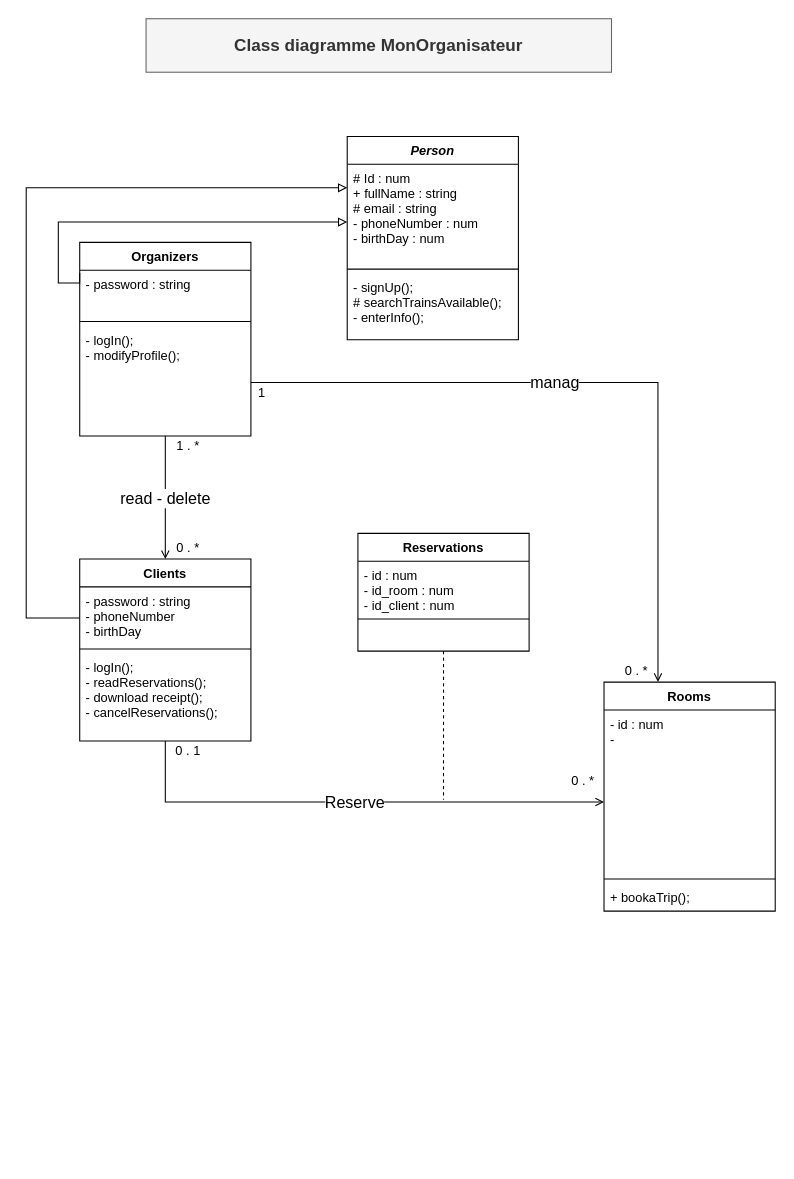
This is UML/diagram-class.drawio from daalimouhcine/Mon_Organisateur, a draw.io file, before an edit. Source tidied: cells renumbered, new cells numbered last; positions are measured from the earlier drawing's top-left corner, leaving out a move shared by most shapes. Both pictures are drawn from the tidied source at 107%, with x=0, y=0 at pixel (26, 18).
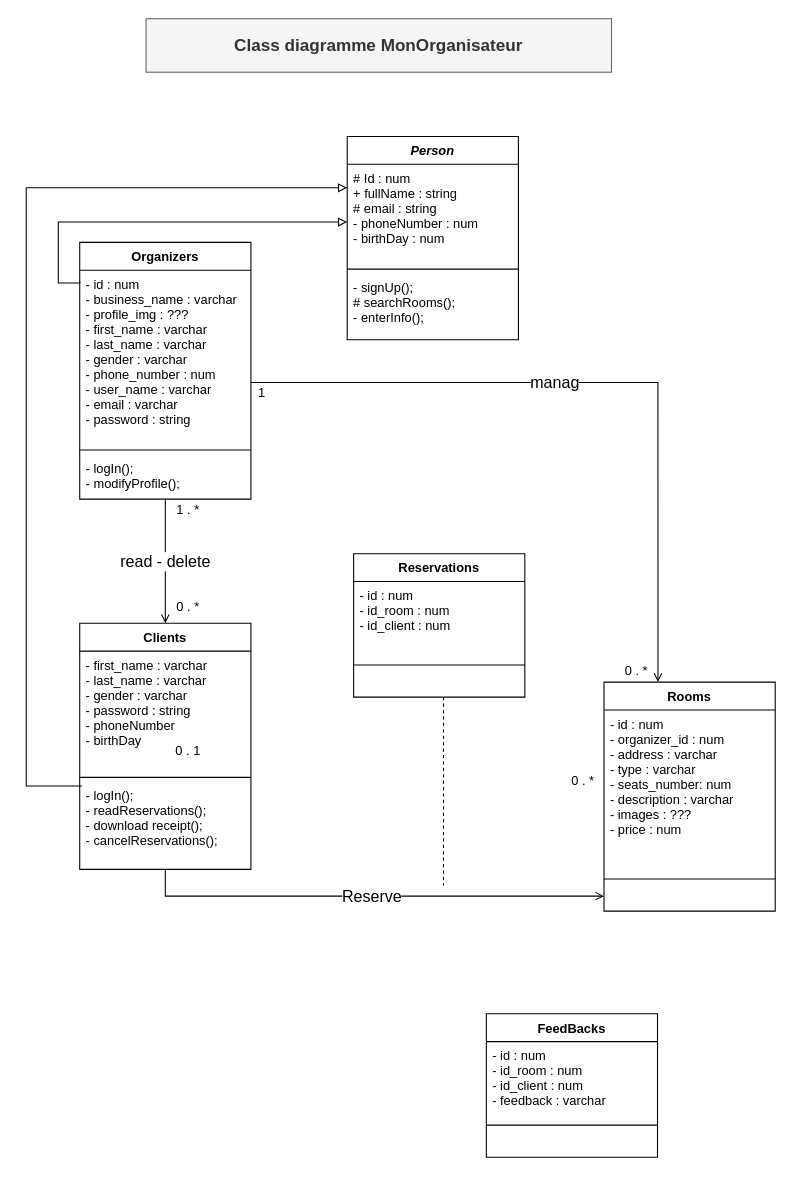
Above is the later version.

Commit message:
working on the classes

The change refers to these unchanged cells:
```xml
<mxCell id="2" value="Person" style="swimlane;fontStyle=3;align=center;verticalAlign=top;horizontal=1;startSize=26;rounded=0;shadow=0;strokeWidth=1;" parent="1" vertex="1">
  <mxGeometry x="300" y="110" width="160" height="190" as="geometry" />
</mxCell>
<mxCell id="10" value="Rooms" style="swimlane;fontStyle=1;align=center;verticalAlign=top;horizontal=1;startSize=26;rounded=0;shadow=0;strokeWidth=1;" parent="1" vertex="1">
  <mxGeometry x="540" y="620" width="160" height="214" as="geometry" />
</mxCell>
```

Change to the diagram source:
```diff
@@
-    <mxCell id="5" value="- signUp();&#10;# searchTrainsAvailable();&#10;- enterInfo();" style="text;align=left;verticalAlign=top;spacingLeft=4;spacingRight=4;overflow=hidden;" parent="2" vertex="1">
+    <mxCell id="5" value="- signUp();&#10;# searchRooms();&#10;- enterInfo();" style="text;align=left;verticalAlign=top;spacingLeft=4;spacingRight=4;overflow=hidden;" parent="2" vertex="1">
       <mxGeometry y="128" width="160" height="62" as="geometry" />
     </mxCell>
     <mxCell id="6" value="Clients" style="swimlane;fontStyle=1;align=center;verticalAlign=top;horizontal=1;startSize=26;rounded=0;shadow=0;strokeWidth=1;" parent="1" vertex="1">
-      <mxGeometry x="50" y="505" width="160" height="170" as="geometry" />
+      <mxGeometry x="50" y="565" width="160" height="230" as="geometry" />
     </mxCell>
-    <mxCell id="7" value="- password : string&#10;- phoneNumber&#10;- birthDay" style="text;align=left;verticalAlign=top;spacingLeft=4;spacingRight=4;overflow=hidden;points=[[0,0.5],[1,0.5]];portConstraint=eastwest;rounded=0;shadow=0;html=0;" parent="6" vertex="1">
-      <mxGeometry y="26" width="160" height="54" as="geometry" />
+    <mxCell id="7" value="- first_name : varchar&#10;- last_name : varchar&#10;- gender : varchar&#10;- password : string&#10;- phoneNumber&#10;- birthDay" style="text;align=left;verticalAlign=top;spacingLeft=4;spacingRight=4;overflow=hidden;points=[[0,0.5],[1,0.5]];portConstraint=eastwest;rounded=0;shadow=0;html=0;" parent="6" vertex="1">
+      <mxGeometry y="26" width="160" height="114" as="geometry" />
     </mxCell>
     <mxCell id="8" style="line;html=1;strokeWidth=1;align=left;verticalAlign=middle;spacingTop=-1;spacingLeft=3;spacingRight=3;labelPosition=right;" parent="6" vertex="1">
-      <mxGeometry y="80" width="160" height="8" as="geometry" />
+      <mxGeometry y="140" width="160" height="8" as="geometry" />
     </mxCell>
     <mxCell id="9" value="- logIn();&#10;- readReservations();&#10;- download receipt();&#10;- cancelReservations();&#10;" style="text;align=left;verticalAlign=top;spacingLeft=4;spacingRight=4;overflow=hidden;points=[[0,0.5],[1,0.5]];portConstraint=eastwest;" parent="6" vertex="1">
-      <mxGeometry y="88" width="160" height="82" as="geometry" />
+      <mxGeometry y="148" width="160" height="82" as="geometry" />
     </mxCell>
@@
-    <mxCell id="11" value="- id : num&#10;- " style="text;align=left;verticalAlign=top;spacingLeft=4;spacingRight=4;overflow=hidden;rounded=0;shadow=0;html=0;" parent="10" vertex="1">
+    <mxCell id="11" value="- id : num&#10;- organizer_id : num&#10;- address : varchar&#10;- type : varchar&#10;- seats_number: num&#10;- description : varchar&#10;- images : ???&#10;- price : num" style="text;align=left;verticalAlign=top;spacingLeft=4;spacingRight=4;overflow=hidden;rounded=0;shadow=0;html=0;" parent="10" vertex="1">
       <mxGeometry y="26" width="160" height="154" as="geometry" />
     </mxCell>
@@
-    <mxCell id="13" value="+ bookaTrip();" style="text;align=left;verticalAlign=top;spacingLeft=4;spacingRight=4;overflow=hidden;" parent="10" vertex="1">
-      <mxGeometry y="188" width="160" height="26" as="geometry" />
-    </mxCell>
@@
     <mxCell id="15" value="Organizers" style="swimlane;fontStyle=1;align=center;verticalAlign=top;horizontal=1;startSize=26;rounded=0;shadow=0;strokeWidth=1;" parent="1" vertex="1">
-      <mxGeometry x="50" y="209" width="160" height="181" as="geometry" />
+      <mxGeometry x="50" y="209" width="160" height="240" as="geometry" />
     </mxCell>
-    <mxCell id="16" value="- password : string" style="text;align=left;verticalAlign=top;spacingLeft=4;spacingRight=4;overflow=hidden;points=[[0,0.5],[1,0.5]];portConstraint=eastwest;" parent="15" vertex="1">
-      <mxGeometry y="26" width="160" height="44" as="geometry" />
+    <mxCell id="16" value="- id : num&#10;- business_name : varchar&#10;- profile_img : ???&#10;- first_name : varchar&#10;- last_name : varchar&#10;- gender : varchar&#10;- phone_number : num&#10;- user_name : varchar&#10;- email : varchar&#10;- password : string&#10;" style="text;align=left;verticalAlign=top;spacingLeft=4;spacingRight=4;overflow=hidden;points=[[0,0.5],[1,0.5]];portConstraint=eastwest;" parent="15" vertex="1">
+      <mxGeometry y="26" width="160" height="164" as="geometry" />
     </mxCell>
     <mxCell id="17" style="line;html=1;strokeWidth=1;align=left;verticalAlign=middle;spacingTop=-1;spacingLeft=3;spacingRight=3;labelPosition=right;" parent="15" vertex="1">
-      <mxGeometry y="70" width="160" height="8" as="geometry" />
+      <mxGeometry y="190" width="160" height="8" as="geometry" />
     </mxCell>
     <mxCell id="18" value="- logIn();&#10;- modifyProfile();" style="text;align=left;verticalAlign=top;spacingLeft=4;spacingRight=4;overflow=hidden;fontStyle=0;" parent="15" vertex="1">
-      <mxGeometry y="78" width="160" height="92" as="geometry" />
+      <mxGeometry y="198" width="160" height="42" as="geometry" />
     </mxCell>
@@
-    <mxCell id="20" style="edgeStyle=orthogonalEdgeStyle;rounded=0;jettySize=auto;html=1;endArrow=block;endFill=0;" parent="1" edge="1" source="7">
+    <mxCell id="20" style="edgeStyle=orthogonalEdgeStyle;rounded=0;jettySize=auto;html=1;endArrow=block;endFill=0;exitX=0.013;exitY=0.049;exitDx=0;exitDy=0;exitPerimeter=0;" parent="1" edge="1" source="9">
       <mxGeometry relative="1" as="geometry">
         <mxPoint x="300" y="158" as="targetPoint" />
         <Array as="points">
-          <mxPoint y="560" />
+          <mxPoint y="717" />
           <mxPoint y="158" />
         </Array>
       </mxGeometry>
     </mxCell>
@@
     <mxCell id="23" value="0&amp;nbsp;. *" style="text;html=1;align=center;verticalAlign=middle;strokeColor=none;fillColor=none;" parent="1" vertex="1">
-      <mxGeometry x="131" y="485" width="40" height="20" as="geometry" />
+      <mxGeometry x="131" y="540" width="40" height="20" as="geometry" />
     </mxCell>
     <mxCell id="24" value="1 . *" style="text;html=1;align=center;verticalAlign=middle;strokeColor=none;fillColor=none;" parent="1" vertex="1">
-      <mxGeometry x="131" y="390" width="40" height="20" as="geometry" />
+      <mxGeometry x="131" y="449" width="40" height="20" as="geometry" />
     </mxCell>
     <mxCell id="25" style="edgeStyle=orthogonalEdgeStyle;rounded=0;jettySize=auto;html=1;endArrow=none;endFill=0;dashed=1;" parent="1" edge="1" source="26">
       <mxGeometry relative="1" as="geometry">
-        <mxPoint x="390" y="730" as="targetPoint" />
+        <mxPoint x="390" y="810" as="targetPoint" />
         <Array as="points">
           <mxPoint x="390" y="730" />
         </Array>
       </mxGeometry>
     </mxCell>
     <mxCell id="26" value="Reservations" style="swimlane;fontStyle=1;align=center;verticalAlign=top;horizontal=1;startSize=26;" parent="1" vertex="1">
-      <mxGeometry x="310" y="481" width="160" height="110" as="geometry" />
+      <mxGeometry x="306" y="500" width="160" height="134" as="geometry" />
     </mxCell>
     <mxCell id="27" value="- id : num&#10;- id_room : num&#10;- id_client : num&#10;" style="text;strokeColor=none;fillColor=none;align=left;verticalAlign=top;spacingLeft=4;spacingRight=4;overflow=hidden;" parent="26" vertex="1">
-      <mxGeometry y="26" width="160" height="50" as="geometry" />
+      <mxGeometry y="26" width="160" height="74" as="geometry" />
     </mxCell>
     <mxCell id="28" style="line;strokeWidth=1;fillColor=none;align=left;verticalAlign=middle;spacingTop=-1;spacingLeft=3;spacingRight=3;labelPosition=right;" parent="26" vertex="1">
-      <mxGeometry y="76" width="160" height="8" as="geometry" />
+      <mxGeometry y="100" width="160" height="8" as="geometry" />
     </mxCell>
     <mxCell id="29" value="  " style="text;strokeColor=none;fillColor=none;align=left;verticalAlign=top;spacingLeft=4;spacingRight=4;overflow=hidden;" parent="26" vertex="1">
-      <mxGeometry y="84" width="160" height="26" as="geometry" />
+      <mxGeometry y="108" width="160" height="26" as="geometry" />
     </mxCell>
     <mxCell id="30" value="&lt;font style=&quot;font-size: 15px&quot;&gt;Reserve&lt;/font&gt;" style="edgeStyle=orthogonalEdgeStyle;rounded=0;jettySize=auto;html=1;endArrow=open;endFill=0;exitX=0.5;exitY=1;exitDx=0;exitDy=0;" parent="1" edge="1" source="6">
       <mxGeometry relative="1" as="geometry">
-        <mxPoint x="540" y="732" as="targetPoint" />
+        <mxPoint x="540" y="820" as="targetPoint" />
         <Array as="points">
-          <mxPoint x="130" y="732" />
+          <mxPoint x="130" y="820" />
+          <mxPoint x="540" y="820" />
         </Array>
       </mxGeometry>
     </mxCell>
@@
+    <mxCell id="35" value="FeedBacks" style="swimlane;fontStyle=1;align=center;verticalAlign=top;horizontal=1;startSize=26;" parent="1" vertex="1">
+      <mxGeometry x="430" y="930" width="160" height="134" as="geometry" />
+    </mxCell>
+    <mxCell id="36" value="- id : num&#10;- id_room : num&#10;- id_client : num&#10;- feedback : varchar" style="text;strokeColor=none;fillColor=none;align=left;verticalAlign=top;spacingLeft=4;spacingRight=4;overflow=hidden;" parent="35" vertex="1">
+      <mxGeometry y="26" width="160" height="74" as="geometry" />
+    </mxCell>
+    <mxCell id="37" style="line;strokeWidth=1;fillColor=none;align=left;verticalAlign=middle;spacingTop=-1;spacingLeft=3;spacingRight=3;labelPosition=right;" parent="35" vertex="1">
+      <mxGeometry y="100" width="160" height="8" as="geometry" />
+    </mxCell>
+    <mxCell id="38" value="  " style="text;strokeColor=none;fillColor=none;align=left;verticalAlign=top;spacingLeft=4;spacingRight=4;overflow=hidden;" parent="35" vertex="1">
+      <mxGeometry y="108" width="160" height="26" as="geometry" />
+    </mxCell>
```
